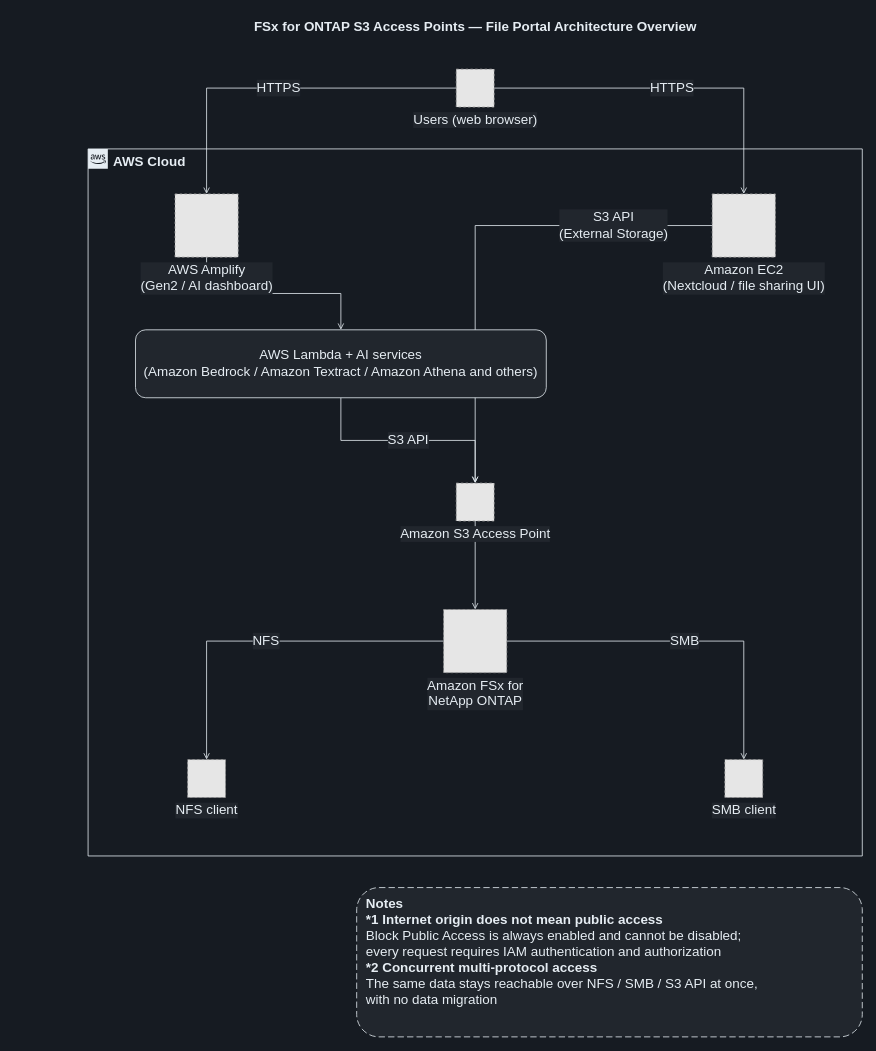
Earlier version of the draw.io diagram docs/diagrams/dark/architecture-overview-en.drawio (Yoshiki0705/FSx-for-ONTAP-S3AccessPoints-Serverless-Patterns). Source tidied: cells renumbered, new cells numbered last; positions are measured from the earlier drawing's top-left corner, leaving out a move shared by most shapes. Both pictures are drawn from the tidied source at 79%, with x=0, y=0 at pixel (88, 13). Pictures stored in the file or linked from it are replaced by grey dashed boxes.
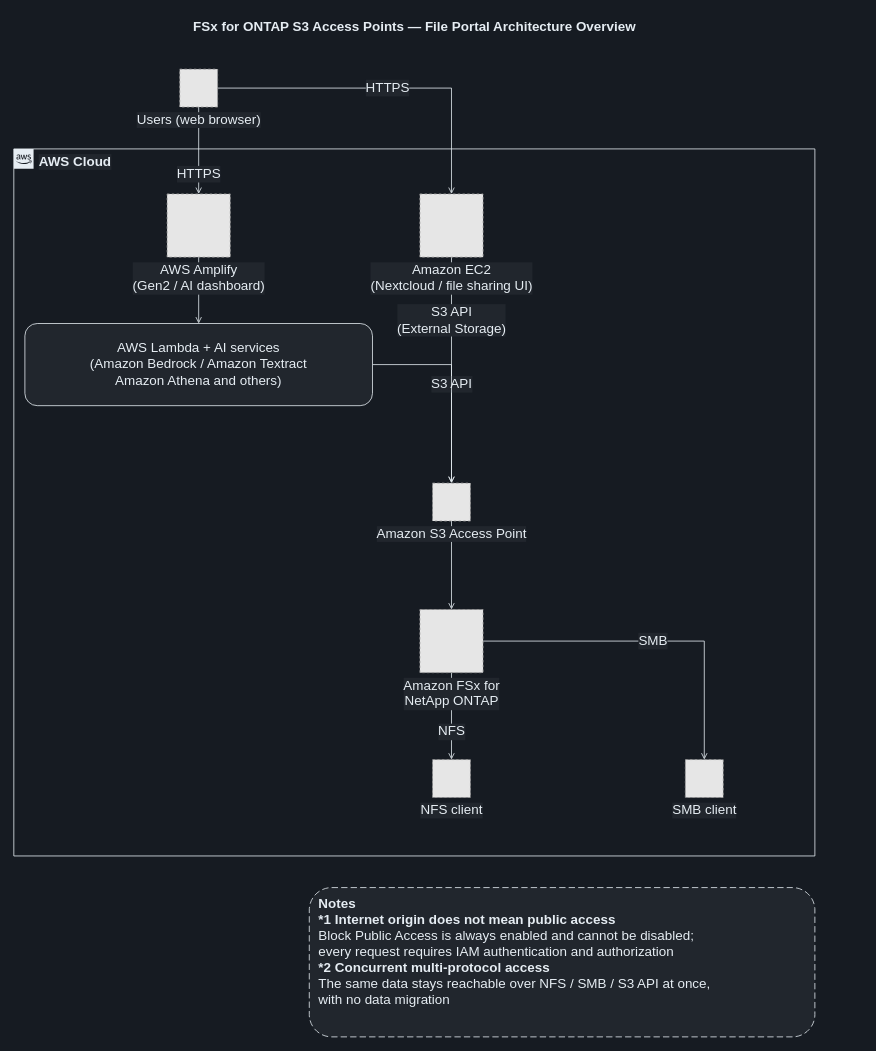
After the change.

The edit, as a diff of the source:
```diff
@@
     <mxCell id="2" value="FSx for ONTAP S3 Access Points — File Portal Architecture Overview" style="text;html=1;align=center;verticalAlign=middle;fontSize=17;fontStyle=1;fontColor=#E6EDF3;" parent="1" vertex="1">
-      <mxGeometry width="980" height="34" as="geometry" />
+      <mxGeometry x="-94" width="1014" height="34" as="geometry" />
     </mxCell>
-    <mxCell id="3" value="AWS Cloud" style="gradientColor=none;html=1;whiteSpace=wrap;fontSize=17;fontStyle=1;shape=mxgraph.aws4.group;grIcon=mxgraph.aws4.group_aws_cloud_alt;strokeColor=#E6EDF3;fillColor=none;verticalAlign=top;align=left;spacingLeft=30;fontColor=#E6EDF3;dashed=0;" parent="1" vertex="1">
-      <mxGeometry y="171" width="980" height="895" as="geometry" />
-    </mxCell>
     <mxCell id="4" value="HTTPS" style="edgeStyle=orthogonalEdgeStyle;rounded=0;jettySize=auto;html=1;endArrow=open;endFill=0;strokeColor=#E6EDF3;strokeWidth=1;fontSize=17;fontColor=#E6EDF3;labelBackgroundColor=#21262D;" parent="1" edge="1" source="12" target="13">
-      <mxGeometry relative="1" as="geometry" />
+      <mxGeometry relative="1" as="geometry">
+        <mxPoint y="30" as="offset" />
+      </mxGeometry>
     </mxCell>
@@
     <mxCell id="8" value="S3 API&lt;br&gt;(External Storage)" style="edgeStyle=orthogonalEdgeStyle;rounded=0;jettySize=auto;html=1;endArrow=open;endFill=0;strokeColor=#E6EDF3;strokeWidth=1;fontSize=17;fontColor=#E6EDF3;labelBackgroundColor=#21262D;" parent="1" edge="1" source="14" target="16">
-      <mxGeometry x="-0.6" relative="1" as="geometry" />
+      <mxGeometry x="-0.5" relative="1" as="geometry">
+        <mxPoint y="8" as="offset" />
+      </mxGeometry>
     </mxCell>
@@
     <mxCell id="10" value="NFS" style="edgeStyle=orthogonalEdgeStyle;rounded=0;jettySize=auto;html=1;endArrow=open;endFill=0;strokeColor=#E6EDF3;strokeWidth=1;fontSize=17;fontColor=#E6EDF3;labelBackgroundColor=#21262D;" parent="1" edge="1" source="17" target="18">
-      <mxGeometry relative="1" as="geometry" />
+      <mxGeometry relative="1" as="geometry">
+        <mxPoint y="20" as="offset" />
+      </mxGeometry>
     </mxCell>
@@
+    <mxCell id="3" value="AWS Cloud" style="gradientColor=none;html=1;whiteSpace=wrap;fontSize=17;fontStyle=1;shape=mxgraph.aws4.group;grIcon=mxgraph.aws4.group_aws_cloud_alt;strokeColor=#E6EDF3;fillColor=none;verticalAlign=top;align=left;spacingLeft=30;fontColor=#E6EDF3;dashed=0;labelBackgroundColor=#21262D;" parent="1" vertex="1">
+      <mxGeometry x="-94" y="171" width="1014" height="895" as="geometry" />
+    </mxCell>
     <mxCell id="12" value="Users (web browser)" style="fillColor=#E6E6E6;strokeColor=#999999;dashed=1;html=1;verticalLabelPosition=bottom;verticalAlign=top;labelPosition=center;align=center;fontSize=17;fontColor=#E6EDF3;labelBackgroundColor=#21262D;" parent="1" vertex="1">
-      <mxGeometry x="466" y="70" width="48" height="48" as="geometry" />
+      <mxGeometry x="116" y="70" width="48" height="48" as="geometry" />
     </mxCell>
     <mxCell id="13" value="AWS Amplify&lt;br&gt;(Gen2 / AI dashboard)" style="fillColor=#E6E6E6;strokeColor=#999999;dashed=1;html=1;verticalLabelPosition=bottom;verticalAlign=top;labelPosition=center;align=center;fontSize=17;fontColor=#E6EDF3;labelBackgroundColor=#21262D;" parent="1" vertex="1">
-      <mxGeometry x="110" y="228" width="80" height="80" as="geometry" />
+      <mxGeometry x="100" y="228" width="80" height="80" as="geometry" />
     </mxCell>
     <mxCell id="14" value="Amazon EC2&lt;br&gt;(Nextcloud / file sharing UI)" style="fillColor=#E6E6E6;strokeColor=#999999;dashed=1;html=1;verticalLabelPosition=bottom;verticalAlign=top;labelPosition=center;align=center;fontSize=17;fontColor=#E6EDF3;labelBackgroundColor=#21262D;" parent="1" vertex="1">
-      <mxGeometry x="790" y="228" width="80" height="80" as="geometry" />
+      <mxGeometry x="420" y="228" width="80" height="80" as="geometry" />
     </mxCell>
-    <mxCell id="15" value="AWS Lambda + AI services&lt;br&gt;(Amazon Bedrock / Amazon Textract / Amazon Athena and others)" style="rounded=1;whiteSpace=wrap;html=1;dashed=0;strokeColor=#E6EDF3;fillColor=#21262D;align=center;verticalAlign=middle;fontSize=17;fontColor=#E6EDF3;" parent="1" vertex="1">
-      <mxGeometry x="60" y="400" width="520" height="86" as="geometry" />
+    <mxCell id="15" value="AWS Lambda + AI services&lt;br&gt;(Amazon Bedrock / Amazon Textract&lt;br&gt;Amazon Athena and others)" style="rounded=1;whiteSpace=wrap;html=1;dashed=0;strokeColor=#E6EDF3;fillColor=#21262D;align=center;verticalAlign=middle;fontSize=17;fontColor=#E6EDF3;" parent="1" vertex="1">
+      <mxGeometry x="-80" y="392" width="440" height="104" as="geometry" />
     </mxCell>
     <mxCell id="16" value="Amazon S3 Access Point" style="fillColor=#E6E6E6;strokeColor=#999999;dashed=1;html=1;verticalLabelPosition=bottom;verticalAlign=top;labelPosition=center;align=center;fontSize=17;fontColor=#E6EDF3;labelBackgroundColor=#21262D;" parent="1" vertex="1">
-      <mxGeometry x="466" y="594" width="48" height="48" as="geometry" />
+      <mxGeometry x="436" y="594" width="48" height="48" as="geometry" />
     </mxCell>
     <mxCell id="17" value="Amazon FSx for&lt;br&gt;NetApp ONTAP" style="fillColor=#E6E6E6;strokeColor=#999999;dashed=1;html=1;verticalLabelPosition=bottom;verticalAlign=top;labelPosition=center;align=center;fontSize=17;fontColor=#E6EDF3;labelBackgroundColor=#21262D;" parent="1" vertex="1">
-      <mxGeometry x="450" y="754" width="80" height="80" as="geometry" />
+      <mxGeometry x="420" y="754" width="80" height="80" as="geometry" />
     </mxCell>
     <mxCell id="18" value="NFS client" style="fillColor=#E6E6E6;strokeColor=#999999;dashed=1;html=1;verticalLabelPosition=bottom;verticalAlign=top;labelPosition=center;align=center;fontSize=17;fontColor=#E6EDF3;labelBackgroundColor=#21262D;" parent="1" vertex="1">
-      <mxGeometry x="126" y="944" width="48" height="48" as="geometry" />
+      <mxGeometry x="436" y="944" width="48" height="48" as="geometry" />
     </mxCell>
     <mxCell id="19" value="SMB client" style="fillColor=#E6E6E6;strokeColor=#999999;dashed=1;html=1;verticalLabelPosition=bottom;verticalAlign=top;labelPosition=center;align=center;fontSize=17;fontColor=#E6EDF3;labelBackgroundColor=#21262D;" parent="1" vertex="1">
-      <mxGeometry x="806" y="944" width="48" height="48" as="geometry" />
+      <mxGeometry x="756" y="944" width="48" height="48" as="geometry" />
     </mxCell>
     <mxCell id="20" value="&lt;b&gt;Notes&lt;/b&gt;&lt;br&gt;&lt;b&gt;*1 Internet origin does not mean public access&lt;/b&gt;&lt;br&gt;Block Public Access is always enabled and cannot be disabled;&lt;br&gt;every request requires IAM authentication and authorization&lt;br&gt;&lt;b&gt;*2 Concurrent multi-protocol access&lt;/b&gt;&lt;br&gt;The same data stays reachable over NFS / SMB / S3 API at once,&lt;br&gt;with no data migration" style="rounded=1;whiteSpace=wrap;html=1;dashed=1;dashPattern=8 4;strokeColor=#E6EDF3;fillColor=#21262D;align=left;verticalAlign=top;spacingLeft=10;spacingTop=4;fontSize=17;fontColor=#E6EDF3;" parent="1" vertex="1">
-      <mxGeometry x="340" y="1106" width="640" height="189" as="geometry" />
+      <mxGeometry x="280" y="1106" width="640" height="189" as="geometry" />
     </mxCell>
```
